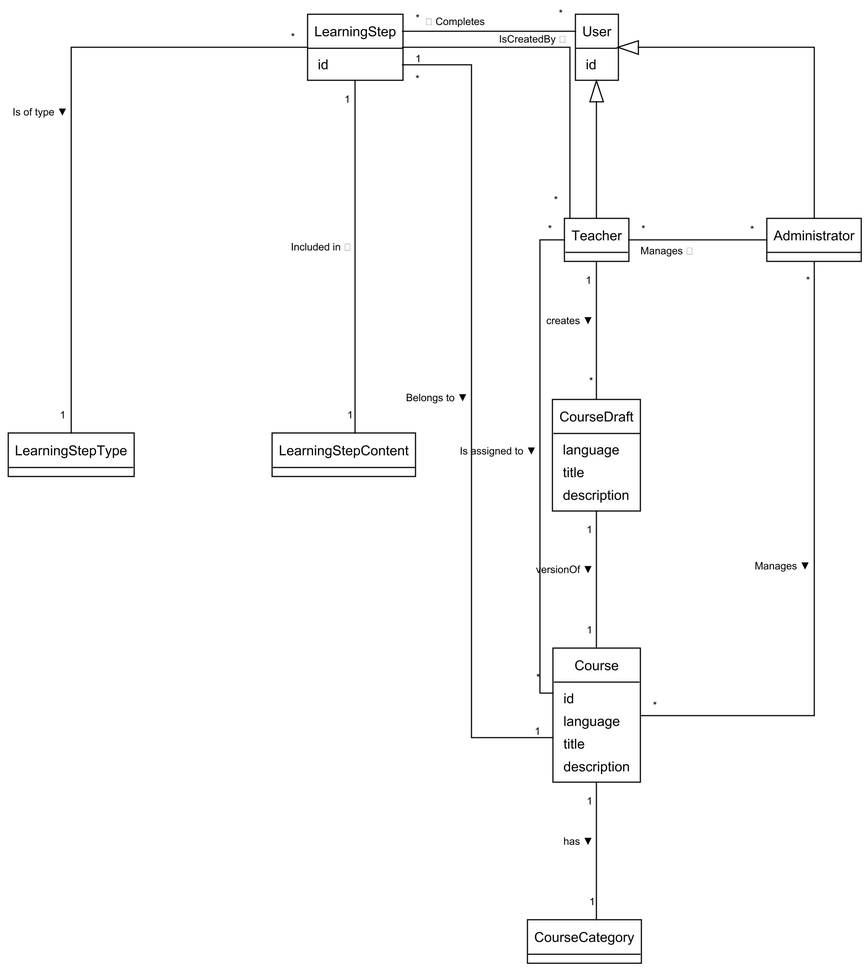
Above: out/Analysis/DomainModel/DomainModel.png in SEPCheesecakeFactory/SEP3 (PlantUML), before the change.
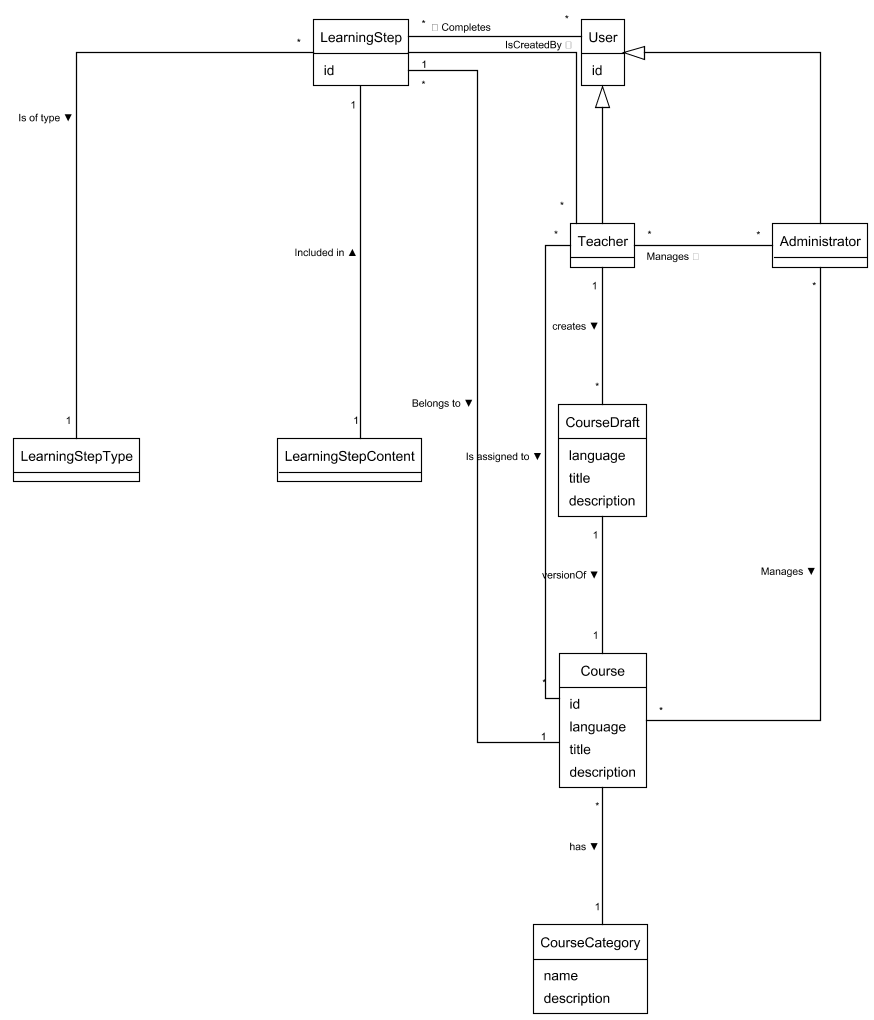
After the change.

Commit message:
reorder analysis and fix domain model

The edit, as a diff of the source:
```diff
@@ -1,6 +1,6 @@
 @startuml DomainModel
-!include .\astah-min.puml
-scale 2
+!include https://raw.githubusercontent.com/fredoslav2004/MinimalThemePUML/refs/heads/main/minimal-theme.puml
+scale 1
 
 skinparam ranksep 120
 skinparam nodesep 120
@@ -46,18 +46,23 @@
     title
     description
 }
+class CourseCategory
+{
+    name
+    description
+}
 
 Teacher "*" -down- "*" Course : Is assigned to ▼
 LearningStep "1" -right- "*" Teacher : IsCreatedBy ◀
 Administrator "*" -down- "*" Course : Manages ▼
 LearningStep "*" -down- "1" Course : Belongs to ▼
 LearningStepType "1" -up- "*" LearningStep : Is of type ▼
-LearningStepContent "1" -left- "1" LearningStep : Included in ▶
+LearningStepContent "1" -left- "1" LearningStep : Included in ▲
 Teacher -up-|> User
 Administrator -up-|> User
 User "*" -left- "*" LearningStep : ◀ Completes
 Administrator "*" -left- "*" Teacher : Manages ◀
-Course "1" -down- "1" CourseCategory : has ▼
+Course "*" -down- "1" CourseCategory : has ▼
 CourseDraft "1" -down- "1" Course : versionOf ▼
 Teacher "1" -down- "*" CourseDraft : creates ▼
 
```
